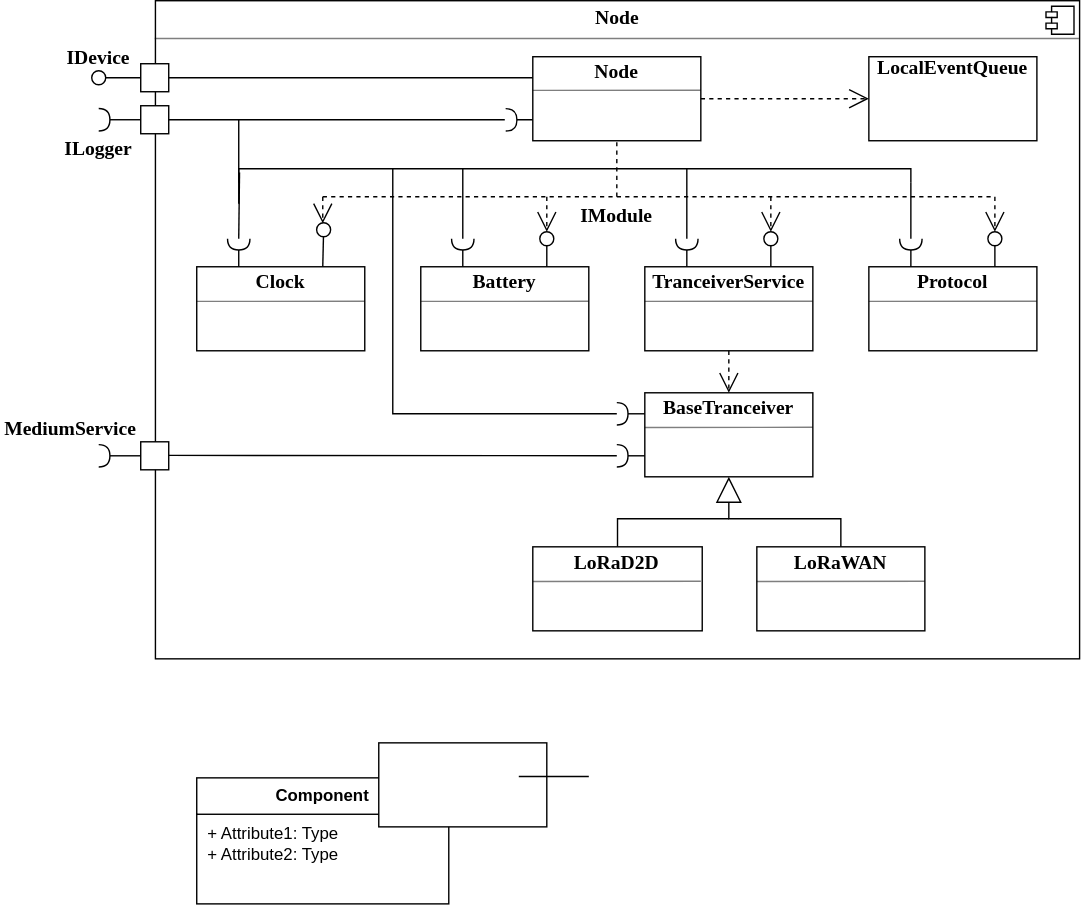
Above: Figures/technicalAnalysis/simulator/node/nodeBlock.svg in Mikkelnn/ES8-Project (draw.io), before the change. Source tidied: cells renumbered, new cells last; positions are measured from the earlier drawing's top-left corner, leaving out a move shared by most shapes.
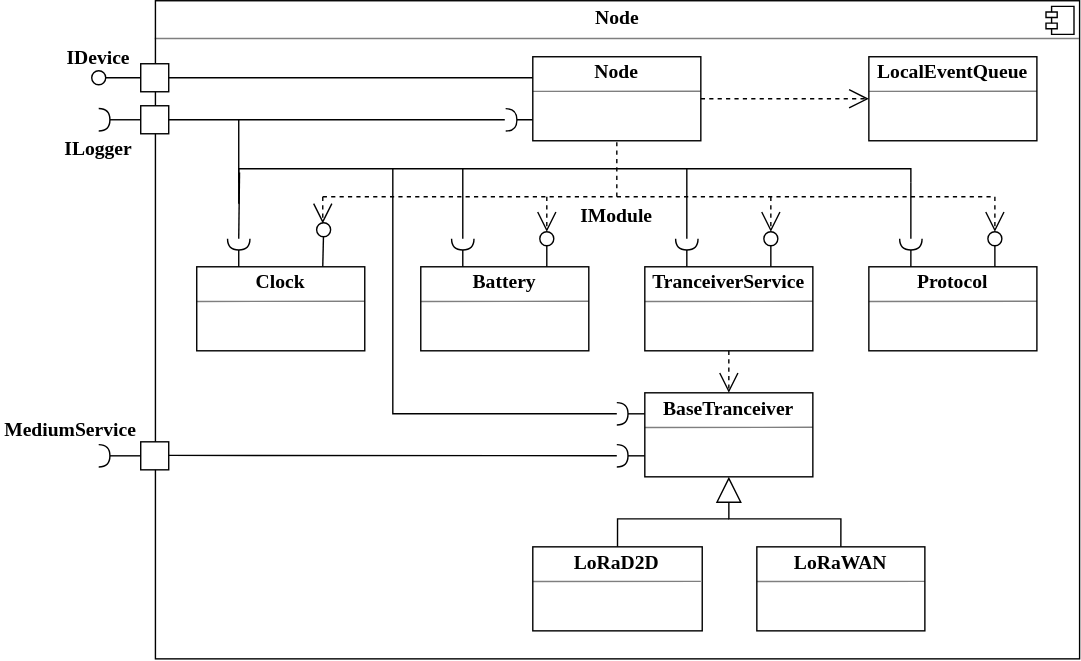
After the commit.

Change to the diagram source:
```diff
@@ -264,7 +264,7 @@
         </Array>
       </mxGeometry>
     </mxCell>
-    <mxCell id="58" value="LocalEventQueue" style="verticalAlign=top;align=center;overflow=fill;convertToSvg=0;fontSize=14;fontFamily=Latex;fontSource=https%3A%2F%2Fl.messenger.com%2Fl.php%3Fu%3Dhttps%253A%252F%252Fsourceforge.net%252Fprojects%252Fcm-unicode%252F%253Futm_id%253D97758_v0_s00_e0_tv0%2526fbclid%253DIwY2xjawQgySRleHRuA2FlbQIxMQBzcnRjBmFwcF9pZAEwAAEesw3PqB5totuJpd6eh1LaaKkuRE-Z_K1hziWoEV0fncl-qOL8ht-ayZM58K8_aem_JxLrLg0ROYKOzrblPzPiZg%26h%3DAT7IP1lEEyxLEB1KIPioAe_TLKdBf8xRapTacrZvLS-VMmMViuZHGC10Zdo98MFB_csPFyebQa-1VuPFD_5GBoz1WM62oYTNZglW-6KLq3nmDeDbAT0Mo7kfpUFHFRI;fontStyle=1;" parent="1" vertex="1">
+    <mxCell id="58" style="verticalAlign=top;align=center;overflow=fill;convertToSvg=0;fontSize=14;fontFamily=Latex;fontSource=https%3A%2F%2Fl.messenger.com%2Fl.php%3Fu%3Dhttps%253A%252F%252Fsourceforge.net%252Fprojects%252Fcm-unicode%252F%253Futm_id%253D97758_v0_s00_e0_tv0%2526fbclid%253DIwY2xjawQgySRleHRuA2FlbQIxMQBzcnRjBmFwcF9pZAEwAAEesw3PqB5totuJpd6eh1LaaKkuRE-Z_K1hziWoEV0fncl-qOL8ht-ayZM58K8_aem_JxLrLg0ROYKOzrblPzPiZg%26h%3DAT7IP1lEEyxLEB1KIPioAe_TLKdBf8xRapTacrZvLS-VMmMViuZHGC10Zdo98MFB_csPFyebQa-1VuPFD_5GBoz1WM62oYTNZglW-6KLq3nmDeDbAT0Mo7kfpUFHFRI;fontStyle=1;" parent="1" vertex="1">
       <mxGeometry x="620" y="40" width="120" height="60" as="geometry" />
     </mxCell>
     <mxCell id="59" style="endArrow=none;rounded=0;entryX=0;entryY=0.25;entryDx=0;entryDy=0;exitX=1;exitY=0.5;exitDx=0;exitDy=0;convertToSvg=0;fontSize=14;fontFamily=Latex;fontSource=https%3A%2F%2Fl.messenger.com%2Fl.php%3Fu%3Dhttps%253A%252F%252Fsourceforge.net%252Fprojects%252Fcm-unicode%252F%253Futm_id%253D97758_v0_s00_e0_tv0%2526fbclid%253DIwY2xjawQgySRleHRuA2FlbQIxMQBzcnRjBmFwcF9pZAEwAAEesw3PqB5totuJpd6eh1LaaKkuRE-Z_K1hziWoEV0fncl-qOL8ht-ayZM58K8_aem_JxLrLg0ROYKOzrblPzPiZg%26h%3DAT7IP1lEEyxLEB1KIPioAe_TLKdBf8xRapTacrZvLS-VMmMViuZHGC10Zdo98MFB_csPFyebQa-1VuPFD_5GBoz1WM62oYTNZglW-6KLq3nmDeDbAT0Mo7kfpUFHFRI;align=center;fontStyle=1;" parent="1" edge="1" source="20" target="12">
@@ -279,35 +279,9 @@
         <mxPoint x="770" y="27" as="targetPoint" />
       </mxGeometry>
     </mxCell>
-    <mxCell id="62" value="&lt;p style=&quot;margin:0px;margin-top:6px;text-align:center;&quot;&gt;&lt;b&gt;Component&lt;/b&gt;&lt;/p&gt;&lt;hr size=&quot;1&quot; style=&quot;border-style:solid;&quot;/&gt;&lt;p style=&quot;margin:0px;margin-left:8px;&quot;&gt;+ Attribute1: Type&lt;br/&gt;+ Attribute2: Type&lt;/p&gt;" style="align=left;overflow=fill;html=1;whiteSpace=wrap;" parent="1" vertex="1">
-      <mxGeometry x="140" y="555" width="180" height="90" as="geometry" />
-    </mxCell>
-    <mxCell id="63" style="shape=component;jettyWidth=8;jettyHeight=4;" parent="62" vertex="1">
-      <mxGeometry x="1" width="20" height="20" relative="1" as="geometry">
-        <mxPoint x="-24" y="4" as="offset" />
-      </mxGeometry>
-    </mxCell>
     <mxCell id="64" value="Node" style="text;align=center;fontStyle=1;verticalAlign=middle;spacingLeft=3;spacingRight=3;strokeColor=none;html=1;fontFamily=Latex;fontSource=https%3A%2F%2Fl.messenger.com%2Fl.php%3Fu%3Dhttps%253A%252F%252Fsourceforge.net%252Fprojects%252Fcm-unicode%252F%253Futm_id%253D97758_v0_s00_e0_tv0%2526fbclid%253DIwY2xjawQgySRleHRuA2FlbQIxMQBzcnRjBmFwcF9pZAEwAAEesw3PqB5totuJpd6eh1LaaKkuRE-Z_K1hziWoEV0fncl-qOL8ht-ayZM58K8_aem_JxLrLg0ROYKOzrblPzPiZg%26h%3DAT7IP1lEEyxLEB1KIPioAe_TLKdBf8xRapTacrZvLS-VMmMViuZHGC10Zdo98MFB_csPFyebQa-1VuPFD_5GBoz1WM62oYTNZglW-6KLq3nmDeDbAT0Mo7kfpUFHFRI;fontSize=14;" parent="1" vertex="1">
       <mxGeometry x="400" width="80" height="26" as="geometry" />
     </mxCell>
-    <mxCell id="65" value=" " style="endArrow=none;html=1;rounded=0;spacing=2;jumpSize=6;strokeWidth=1;opacity=50;entryX=1;entryY=0.415;entryDx=0;entryDy=0;entryPerimeter=0;" parent="1" edge="1">
-      <mxGeometry relative="1" as="geometry">
-        <mxPoint x="380" y="64" as="sourcePoint" />
-        <mxPoint x="500" y="63.9" as="targetPoint" />
-      </mxGeometry>
-    </mxCell>
-    <mxCell id="66" style="rounded=0;whiteSpace=wrap;html=1;" parent="1" vertex="1">
-      <mxGeometry x="270" y="530" width="120" height="60" as="geometry" />
-    </mxCell>
-    <mxCell id="67" value=" " style="endArrow=none;html=1;rounded=0;" parent="1" edge="1">
-      <mxGeometry relative="1" as="geometry">
-        <mxPoint x="370" y="554" as="sourcePoint" />
-        <mxPoint x="420" y="554" as="targetPoint" />
-      </mxGeometry>
-    </mxCell>
-    <mxCell id="68" value="Node" style="text;html=1;whiteSpace=wrap;strokeColor=none;fillColor=none;align=center;verticalAlign=middle;rounded=0;fontFamily=Latex;fontSource=https%3A%2F%2Fl.messenger.com%2Fl.php%3Fu%3Dhttps%253A%252F%252Fsourceforge.net%252Fprojects%252Fcm-unicode%252F%253Futm_id%253D97758_v0_s00_e0_tv0%2526fbclid%253DIwY2xjawQgySRleHRuA2FlbQIxMQBzcnRjBmFwcF9pZAEwAAEesw3PqB5totuJpd6eh1LaaKkuRE-Z_K1hziWoEV0fncl-qOL8ht-ayZM58K8_aem_JxLrLg0ROYKOzrblPzPiZg%26h%3DAT7IP1lEEyxLEB1KIPioAe_TLKdBf8xRapTacrZvLS-VMmMViuZHGC10Zdo98MFB_csPFyebQa-1VuPFD_5GBoz1WM62oYTNZglW-6KLq3nmDeDbAT0Mo7kfpUFHFRI;fontStyle=1;fontSize=14;" parent="1" vertex="1">
-      <mxGeometry x="410" y="40" width="60" height="24" as="geometry" />
-    </mxCell>
     <mxCell id="69" style="group;" parent="1" vertex="1">
       <mxGeometry x="140" y="190" width="120" height="24.7" as="geometry" />
     </mxCell>
@@ -392,5 +366,29 @@
         <mxPoint x="120" y="24.6" as="targetPoint" />
       </mxGeometry>
     </mxCell>
+    <mxCell id="90" style="group;" parent="1" vertex="1">
+      <mxGeometry x="380" y="40" width="120" height="24.7" as="geometry" />
+    </mxCell>
+    <mxCell id="68" value="Node" style="text;html=1;whiteSpace=wrap;strokeColor=none;fillColor=none;align=center;verticalAlign=middle;rounded=0;fontFamily=Latex;fontSource=https%3A%2F%2Fl.messenger.com%2Fl.php%3Fu%3Dhttps%253A%252F%252Fsourceforge.net%252Fprojects%252Fcm-unicode%252F%253Futm_id%253D97758_v0_s00_e0_tv0%2526fbclid%253DIwY2xjawQgySRleHRuA2FlbQIxMQBzcnRjBmFwcF9pZAEwAAEesw3PqB5totuJpd6eh1LaaKkuRE-Z_K1hziWoEV0fncl-qOL8ht-ayZM58K8_aem_JxLrLg0ROYKOzrblPzPiZg%26h%3DAT7IP1lEEyxLEB1KIPioAe_TLKdBf8xRapTacrZvLS-VMmMViuZHGC10Zdo98MFB_csPFyebQa-1VuPFD_5GBoz1WM62oYTNZglW-6KLq3nmDeDbAT0Mo7kfpUFHFRI;fontStyle=1;fontSize=14;" parent="90" vertex="1">
+      <mxGeometry x="30" width="60" height="24" as="geometry" />
+    </mxCell>
+    <mxCell id="91" value=" " style="endArrow=none;html=1;rounded=0;spacing=2;jumpSize=6;strokeWidth=1;opacity=50;entryX=1;entryY=0.415;entryDx=0;entryDy=0;entryPerimeter=0;" parent="90" edge="1">
+      <mxGeometry relative="1" as="geometry">
+        <mxPoint y="24.7" as="sourcePoint" />
+        <mxPoint x="120" y="24.6" as="targetPoint" />
+      </mxGeometry>
+    </mxCell>
+    <mxCell id="92" style="group;" parent="1" vertex="1">
+      <mxGeometry x="620" y="40" width="120" height="24.7" as="geometry" />
+    </mxCell>
+    <mxCell id="93" value="LocalEventQueue" style="text;html=1;whiteSpace=wrap;strokeColor=none;fillColor=none;align=center;verticalAlign=middle;rounded=0;fontFamily=Latex;fontSource=https%3A%2F%2Fl.messenger.com%2Fl.php%3Fu%3Dhttps%253A%252F%252Fsourceforge.net%252Fprojects%252Fcm-unicode%252F%253Futm_id%253D97758_v0_s00_e0_tv0%2526fbclid%253DIwY2xjawQgySRleHRuA2FlbQIxMQBzcnRjBmFwcF9pZAEwAAEesw3PqB5totuJpd6eh1LaaKkuRE-Z_K1hziWoEV0fncl-qOL8ht-ayZM58K8_aem_JxLrLg0ROYKOzrblPzPiZg%26h%3DAT7IP1lEEyxLEB1KIPioAe_TLKdBf8xRapTacrZvLS-VMmMViuZHGC10Zdo98MFB_csPFyebQa-1VuPFD_5GBoz1WM62oYTNZglW-6KLq3nmDeDbAT0Mo7kfpUFHFRI;fontStyle=1;fontSize=14;" parent="92" vertex="1">
+      <mxGeometry x="30" width="60" height="24" as="geometry" />
+    </mxCell>
+    <mxCell id="94" value=" " style="endArrow=none;html=1;rounded=0;spacing=2;jumpSize=6;strokeWidth=1;opacity=50;entryX=1;entryY=0.415;entryDx=0;entryDy=0;entryPerimeter=0;" parent="92" edge="1">
+      <mxGeometry relative="1" as="geometry">
+        <mxPoint y="24.7" as="sourcePoint" />
+        <mxPoint x="120" y="24.6" as="targetPoint" />
+      </mxGeometry>
+    </mxCell>
   </root>
 </mxGraphModel>
```
